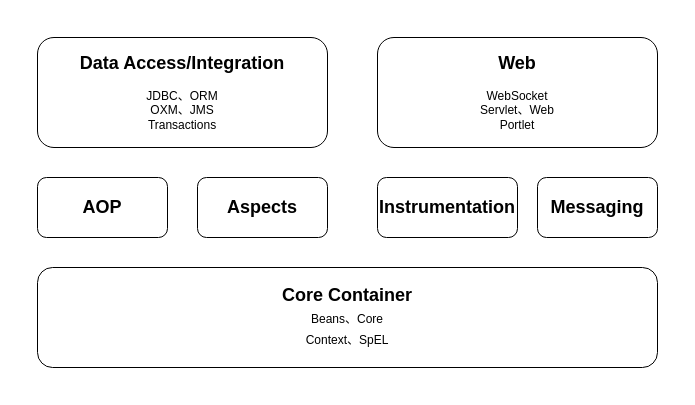
Before: page "spring模块图" (21 of 32) of wbooking docs/进区预约系统.drawio in sxc-one/e-conitl, a draw.io diagram. Source tidied: cells renumbered, new cells numbered last; positions are measured from the earlier drawing's top-left corner, leaving out a move shared by most shapes. Both pictures are drawn from the tidied source at 100%, with x=0, y=0 at pixel (37, 37).
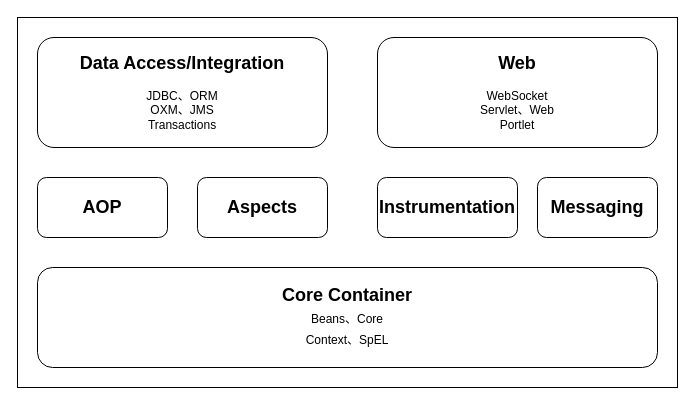
The same page after the edit.

Diff of the diagram source:
```diff
@@
 <mxGraphModel>
   <root>
     <mxCell id="0" />
     <mxCell id="1" parent="0" />
+    <mxCell id="9" style="rounded=0;whiteSpace=wrap;html=1;strokeWidth=1;" parent="1" vertex="1">
+      <mxGeometry x="-20" y="-20" width="660" height="370" as="geometry" />
+    </mxCell>
     <mxCell id="2" value="&lt;font style=&quot;&quot;&gt;&lt;font style=&quot;font-weight: bold; font-size: 18px;&quot;&gt;Data Access/Integration&lt;br&gt;&lt;/font&gt;&lt;br&gt;&lt;font style=&quot;font-size: 12px;&quot;&gt;JDBC、ORM&lt;br&gt;OXM、JMS&lt;br&gt;Transactions&lt;/font&gt;&lt;/font&gt;" style="rounded=1;whiteSpace=wrap;html=1;" parent="1" vertex="1">
       <mxGeometry width="290" height="110" as="geometry" />
     </mxCell>
     <mxCell id="3" value="&lt;b&gt;&lt;font style=&quot;font-size: 18px;&quot;&gt;Web&lt;/font&gt;&lt;/b&gt;&lt;br&gt;&lt;br&gt;WebSocket&lt;br&gt;Servlet、Web&lt;br&gt;Portlet" style="rounded=1;whiteSpace=wrap;html=1;" parent="1" vertex="1">
       <mxGeometry x="340" width="280" height="110" as="geometry" />
     </mxCell>
     <mxCell id="4" value="&lt;b&gt;AOP&lt;/b&gt;" style="rounded=1;whiteSpace=wrap;html=1;fontSize=18;" parent="1" vertex="1">
       <mxGeometry y="140" width="130" height="60" as="geometry" />
     </mxCell>
     <mxCell id="5" value="&lt;b&gt;Aspects&lt;/b&gt;" style="rounded=1;whiteSpace=wrap;html=1;fontSize=18;" parent="1" vertex="1">
       <mxGeometry x="160" y="140" width="130" height="60" as="geometry" />
     </mxCell>
     <mxCell id="6" value="&lt;font style=&quot;font-size: 18px;&quot;&gt;&lt;b style=&quot;&quot;&gt;Instrumentation&lt;/b&gt;&lt;/font&gt;" style="rounded=1;whiteSpace=wrap;html=1;fontSize=18;" parent="1" vertex="1">
       <mxGeometry x="340" y="140" width="140" height="60" as="geometry" />
     </mxCell>
     <mxCell id="7" value="&lt;b&gt;Messaging&lt;/b&gt;" style="rounded=1;whiteSpace=wrap;html=1;fontSize=18;" parent="1" vertex="1">
       <mxGeometry x="500" y="140" width="120" height="60" as="geometry" />
     </mxCell>
     <mxCell id="8" value="&lt;b&gt;Core Container&lt;/b&gt;&lt;br&gt;&lt;font style=&quot;font-size: 12px;&quot;&gt;Beans、Core&lt;br&gt;Context、SpEL&lt;/font&gt;" style="rounded=1;whiteSpace=wrap;html=1;fontSize=18;" parent="1" vertex="1">
       <mxGeometry y="230" width="620" height="100" as="geometry" />
     </mxCell>
   </root>
 </mxGraphModel>
```
